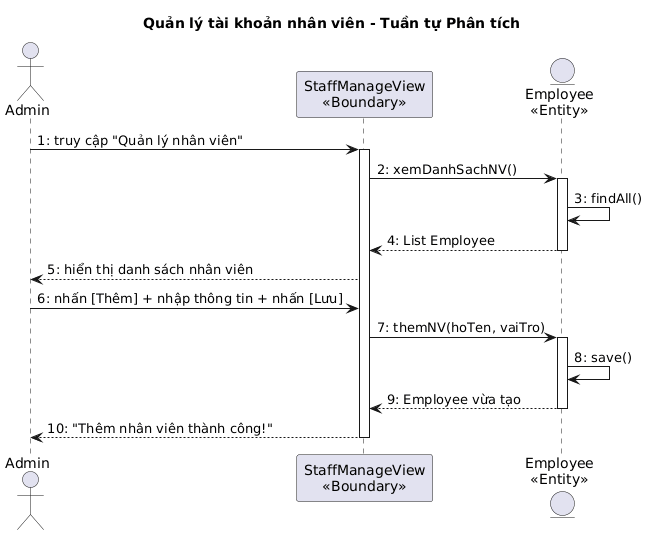
Above: output/diagrams/account_seq_staff_design.png in thanhtrnnn/cnpm (PlantUML), before the change. The source it was exported from:
```plantuml
@startuml
title Quản lý tài khoản nhân viên - Tuần tự Phân tích

actor "Admin" as Admin
participant "StaffManageView\n<<Boundary>>" as B1
entity "Employee\n<<Entity>>" as E1

Admin -> B1 : 1: truy cập "Quản lý nhân viên"
activate B1
B1 -> E1 : 2: xemDanhSachNV()
activate E1
E1 -> E1 : 3: findAll()
E1 --> B1 : 4: List Employee
deactivate E1
B1 --> Admin : 5: hiển thị danh sách nhân viên

Admin -> B1 : 6: nhấn [Thêm] + nhập thông tin + nhấn [Lưu]
B1 -> E1 : 7: themNV(hoTen, vaiTro)
activate E1
E1 -> E1 : 8: save()
E1 --> B1 : 9: Employee vừa tạo
deactivate E1
B1 --> Admin : 10: "Thêm nhân viên thành công!"
deactivate B1
@enduml
```
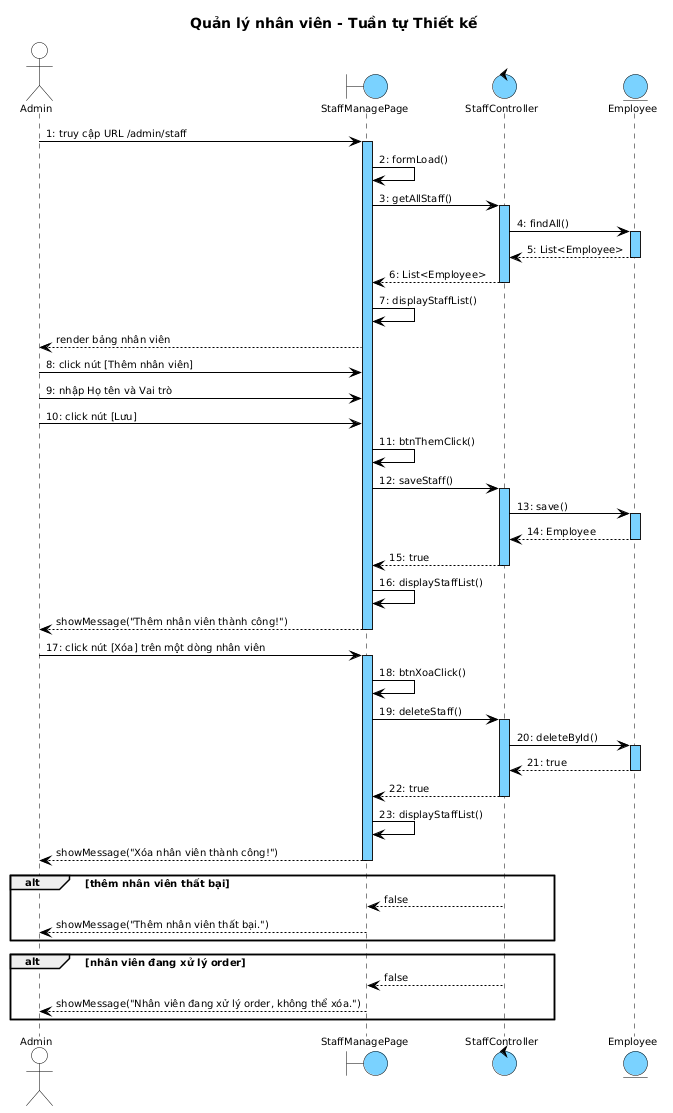
After the change.

The edit, as a diff of the source:
```diff
@@ -1,25 +1,81 @@
 @startuml
-title Quản lý tài khoản nhân viên - Tuần tự Phân tích
+skinparam shadowing false
+skinparam SequenceMessageAlign left
+skinparam SequenceLifeLineBackgroundColor #7AD2FF
+skinparam SequenceLifeLineBorderColor #000000
+
+<style>
+sequenceDiagram {
+  Shadowing 0; RoundCorner 0; FontName "Arial"; FontSize 10; FontColor #000000
+  participant { BackgroundColor #7AD2FF; LineColor #000000; LineThickness 1 }
+  actor { BackgroundColor transparent; LineColor #000000 }
+  boundary { BackgroundColor #7AD2FF; LineColor #000000 }
+  control { BackgroundColor #7AD2FF; LineColor #000000 }
+  entity { BackgroundColor #7AD2FF; LineColor #000000 }
+  lifeline { LineColor #000000; LineStyle 5-5 }
+  arrow { LineColor #000000; LineThickness 1; FontSize 10 }
+}
+</style>
+
+title Quản lý nhân viên - Tuần tự Thiết kế
 
 actor "Admin" as Admin
-participant "StaffManageView\n<<Boundary>>" as B1
-entity "Employee\n<<Entity>>" as E1
+boundary StaffManagePage as B1
+control StaffController as C1
+entity Employee as E1
 
-Admin -> B1 : 1: truy cập "Quản lý nhân viên"
+Admin -> B1 : 1: truy cập URL /admin/staff
 activate B1
-B1 -> E1 : 2: xemDanhSachNV()
+B1 -> B1 : 2: formLoad()
+B1 -> C1 : 3: getAllStaff()
+activate C1
+C1 -> E1 : 4: findAll()
 activate E1
-E1 -> E1 : 3: findAll()
-E1 --> B1 : 4: List Employee
+E1 --> C1 : 5: List<Employee>
 deactivate E1
-B1 --> Admin : 5: hiển thị danh sách nhân viên
+C1 --> B1 : 6: List<Employee>
+deactivate C1
+B1 -> B1 : 7: displayStaffList()
+B1 --> Admin : render bảng nhân viên
 
-Admin -> B1 : 6: nhấn [Thêm] + nhập thông tin + nhấn [Lưu]
-B1 -> E1 : 7: themNV(hoTen, vaiTro)
+Admin -> B1 : 8: click nút [Thêm nhân viên]
+Admin -> B1 : 9: nhập Họ tên và Vai trò
+Admin -> B1 : 10: click nút [Lưu]
+B1 -> B1 : 11: btnThemClick()
+B1 -> C1 : 12: saveStaff()
+activate C1
+C1 -> E1 : 13: save()
 activate E1
-E1 -> E1 : 8: save()
-E1 --> B1 : 9: Employee vừa tạo
+E1 --> C1 : 14: Employee
 deactivate E1
-B1 --> Admin : 10: "Thêm nhân viên thành công!"
+C1 --> B1 : 15: true
+deactivate C1
+B1 -> B1 : 16: displayStaffList()
+B1 --> Admin : showMessage("Thêm nhân viên thành công!")
 deactivate B1
+
+Admin -> B1 : 17: click nút [Xóa] trên một dòng nhân viên
+activate B1
+B1 -> B1 : 18: btnXoaClick()
+B1 -> C1 : 19: deleteStaff()
+activate C1
+C1 -> E1 : 20: deleteById()
+activate E1
+E1 --> C1 : 21: true
+deactivate E1
+C1 --> B1 : 22: true
+deactivate C1
+B1 -> B1 : 23: displayStaffList()
+B1 --> Admin : showMessage("Xóa nhân viên thành công!")
+deactivate B1
+
+alt thêm nhân viên thất bại
+  C1 --> B1 : false
+  B1 --> Admin : showMessage("Thêm nhân viên thất bại.")
+end
+
+alt nhân viên đang xử lý order
+  C1 --> B1 : false
+  B1 --> Admin : showMessage("Nhân viên đang xử lý order, không thể xóa.")
+end
 @enduml
```
